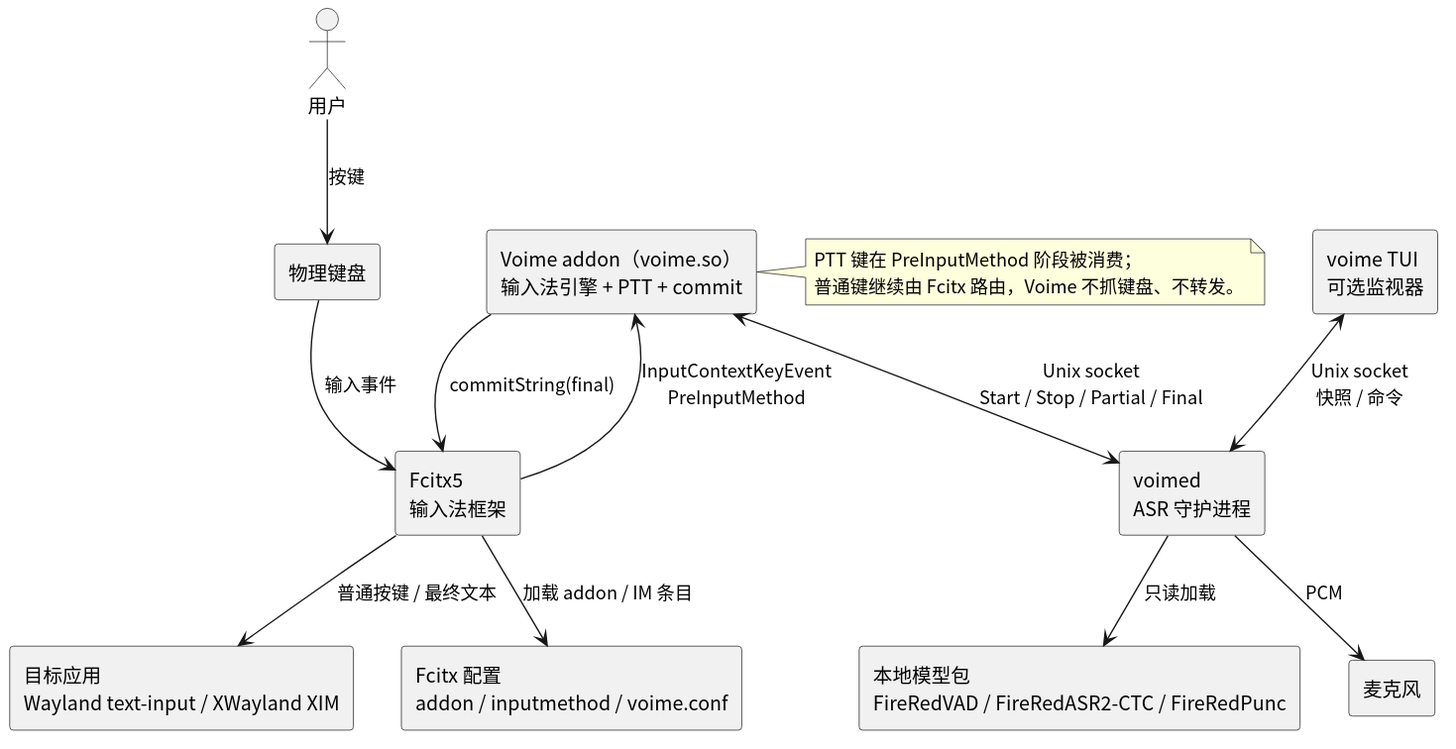
54m43lJ/voime keeps this PlantUML diagram as diagram/proposal-fcitx-architecture.svg. Above is the earlier version.
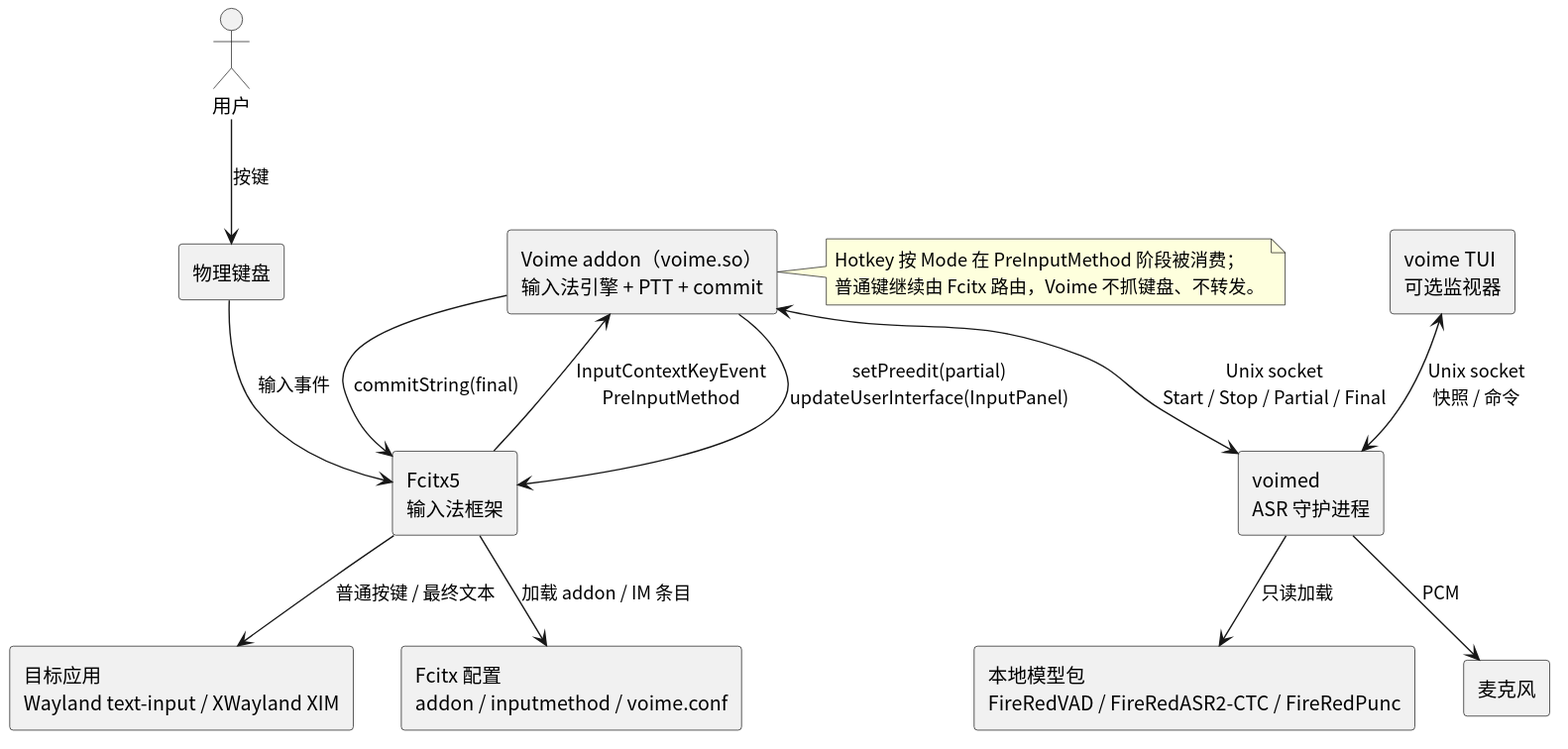
The same diagram one commit later.

Commit message:
docs: 明确模式、热键与 Fcitx 临时文本窗口

Diff of the diagram source:
```diff
@@ -18,6 +18,7 @@
 User --> Keyboard : 按键
 Keyboard --> Fcitx : 输入事件
 Fcitx --> Addon : InputContextKeyEvent\nPreInputMethod
+Addon --> Fcitx : setPreedit(partial)\nupdateUserInterface(InputPanel)
 Addon --> Fcitx : commitString(final)
 Fcitx --> App : 普通按键 / 最终文本
 Addon <--> Daemon : Unix socket\nStart / Stop / Partial / Final
@@ -26,5 +27,5 @@
 Tui <--> Daemon : Unix socket\n快照 / 命令
 Fcitx --> Config : 加载 addon / IM 条目
 
-note right of Addon : PTT 键在 PreInputMethod 阶段被消费；\n普通键继续由 Fcitx 路由，Voime 不抓键盘、不转发。
+note right of Addon : Hotkey 按 Mode 在 PreInputMethod 阶段被消费；\n普通键继续由 Fcitx 路由，Voime 不抓键盘、不转发。
 @enduml
```
